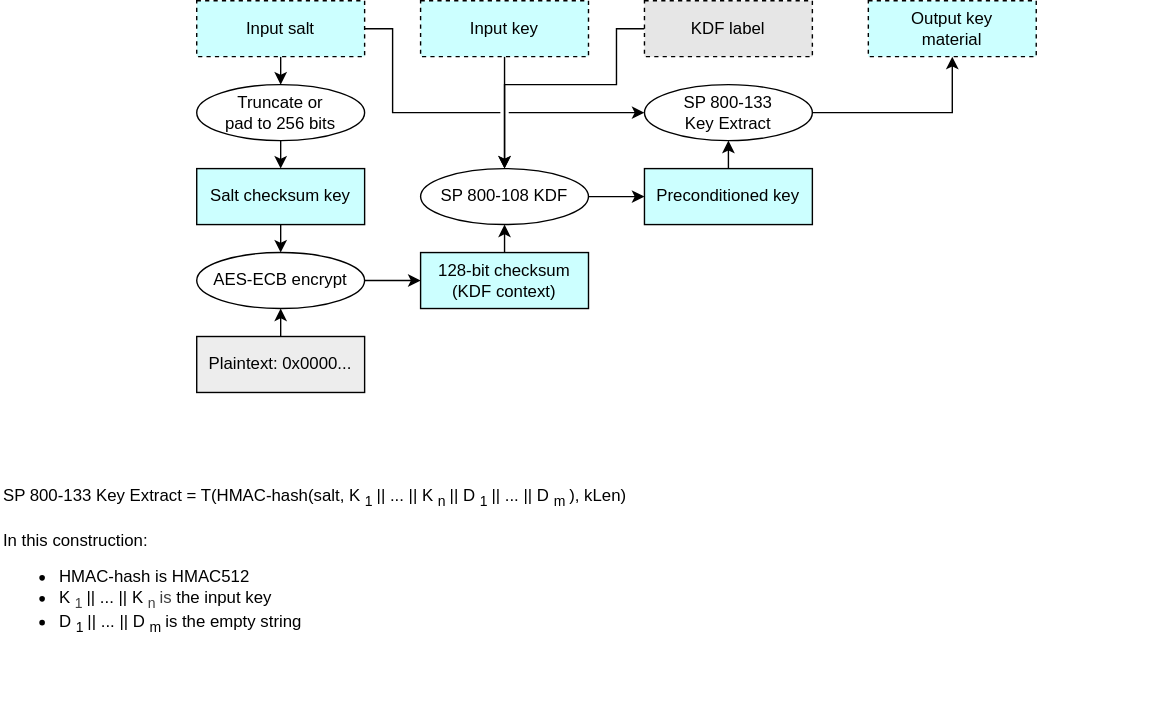
Earlier version of the draw.io export doc/ocp_lock/diagrams/preconditioned_key_extract.drawio.svg (chipsalliance/Caliptra). Source tidied: cells renumbered, new cells last; positions are measured from the earlier drawing's top-left corner, leaving out a move shared by most shapes.
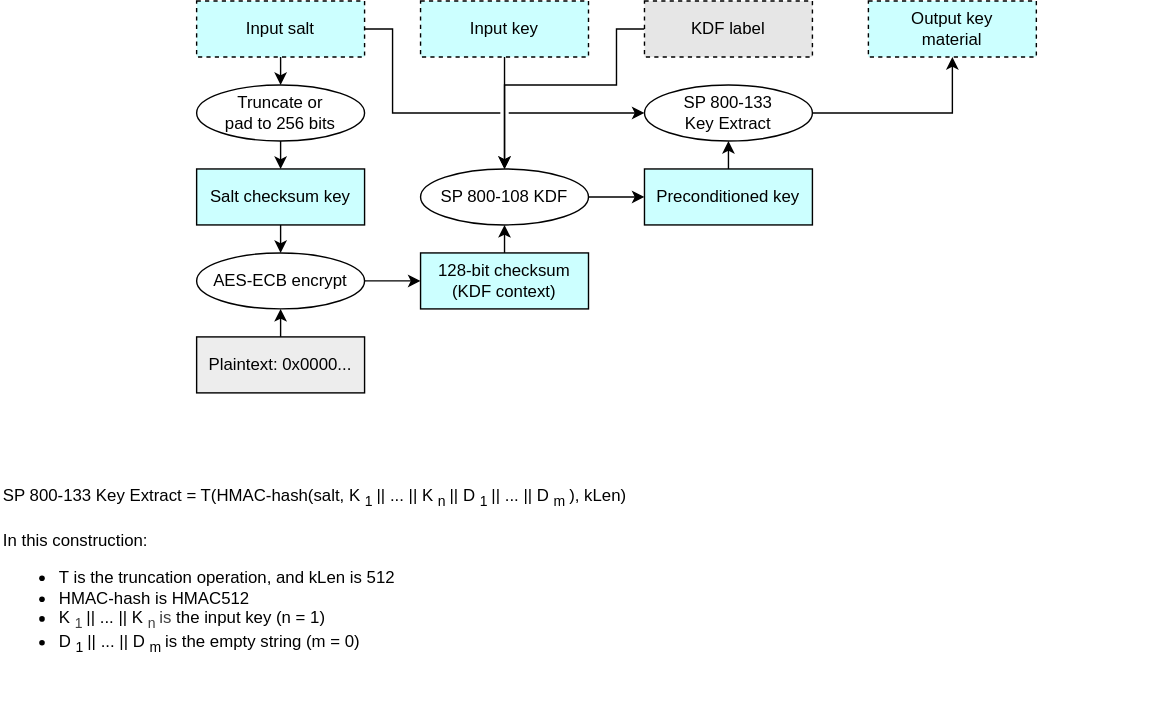
The same diagram one commit later.

What changed in the source:
```diff
@@ -85,7 +85,7 @@
         </Array>
       </mxGeometry>
     </mxCell>
-    <mxCell id="26" value="SP 800-133 Key Extract = T(HMAC-hash(salt, K&lt;sub style=&quot;&quot;&gt;1&lt;/sub&gt; || ... || K&lt;sub style=&quot;&quot;&gt;n&lt;/sub&gt; || D&lt;sub style=&quot;&quot;&gt;1&lt;/sub&gt; || ... || D&lt;sub style=&quot;&quot;&gt;m&lt;/sub&gt;), kLen)&lt;div&gt;&lt;font color=&quot;#000000&quot;&gt;&lt;br&gt;&lt;/font&gt;&lt;div&gt;&lt;div&gt;In this construction:&lt;/div&gt;&lt;div&gt;&lt;ul&gt;&lt;li&gt;HMAC-hash is HMAC512&lt;/li&gt;&lt;li&gt;&lt;span style=&quot;background-color: transparent;&quot;&gt;&lt;span style=&quot;color: rgb(0, 0, 0);&quot;&gt;K&lt;/span&gt;&lt;sub style=&quot;color: rgb(63, 63, 63);&quot;&gt;1&lt;/sub&gt;&lt;span style=&quot;color: rgb(0, 0, 0);&quot;&gt;&amp;nbsp;|| ... || K&lt;/span&gt;&lt;sub style=&quot;color: rgb(63, 63, 63);&quot;&gt;n&lt;/sub&gt;&lt;span style=&quot;color: rgb(63, 63, 63);&quot;&gt;&amp;nbsp;is&lt;/span&gt;&amp;nbsp;the input key&lt;/span&gt;&lt;/li&gt;&lt;li&gt;&lt;span style=&quot;color: rgb(0, 0, 0);&quot;&gt;D&lt;/span&gt;&lt;sub&gt;1&lt;/sub&gt;&lt;span style=&quot;color: rgb(0, 0, 0);&quot;&gt;&amp;nbsp;|| ... || D&lt;/span&gt;&lt;sub&gt;m&lt;/sub&gt;&amp;nbsp;is the empty string&lt;/li&gt;&lt;/ul&gt;&lt;/div&gt;&lt;/div&gt;&lt;/div&gt;" style="text;strokeColor=none;align=left;fillColor=none;html=1;verticalAlign=top;whiteSpace=wrap;rounded=0;fontSize=12;" parent="1" vertex="1">
+    <mxCell id="26" value="SP 800-133 Key Extract = T(HMAC-hash(salt, K&lt;sub style=&quot;&quot;&gt;1&lt;/sub&gt; || ... || K&lt;sub style=&quot;&quot;&gt;n&lt;/sub&gt; || D&lt;sub style=&quot;&quot;&gt;1&lt;/sub&gt; || ... || D&lt;sub style=&quot;&quot;&gt;m&lt;/sub&gt;), kLen)&lt;div&gt;&lt;font color=&quot;#000000&quot;&gt;&lt;br&gt;&lt;/font&gt;&lt;div&gt;&lt;div&gt;In this construction:&lt;/div&gt;&lt;div&gt;&lt;ul&gt;&lt;li&gt;T is the truncation operation, and kLen is 512&lt;/li&gt;&lt;li&gt;HMAC-hash is HMAC512&lt;/li&gt;&lt;li&gt;&lt;span style=&quot;background-color: transparent;&quot;&gt;&lt;span style=&quot;color: rgb(0, 0, 0);&quot;&gt;K&lt;/span&gt;&lt;sub style=&quot;color: rgb(63, 63, 63);&quot;&gt;1&lt;/sub&gt;&lt;span style=&quot;color: rgb(0, 0, 0);&quot;&gt;&amp;nbsp;|| ... || K&lt;/span&gt;&lt;sub style=&quot;color: rgb(63, 63, 63);&quot;&gt;n&lt;/sub&gt;&lt;span style=&quot;color: rgb(63, 63, 63);&quot;&gt;&amp;nbsp;is&lt;/span&gt;&amp;nbsp;the input key (n = 1)&lt;/span&gt;&lt;/li&gt;&lt;li&gt;&lt;span style=&quot;color: rgb(0, 0, 0);&quot;&gt;D&lt;/span&gt;&lt;sub&gt;1&lt;/sub&gt;&lt;span style=&quot;color: rgb(0, 0, 0);&quot;&gt;&amp;nbsp;|| ... || D&lt;/span&gt;&lt;sub&gt;m&lt;/sub&gt;&amp;nbsp;is the empty string (m = 0)&lt;/li&gt;&lt;/ul&gt;&lt;/div&gt;&lt;/div&gt;&lt;/div&gt;" style="text;strokeColor=none;align=left;fillColor=none;html=1;verticalAlign=top;whiteSpace=wrap;rounded=0;fontSize=12;" parent="1" vertex="1">
       <mxGeometry y="340" width="580" height="160" as="geometry" />
     </mxCell>
     <mxCell id="27" value="&lt;div&gt;&lt;font color=&quot;#000000&quot;&gt;Output key&lt;/font&gt;&lt;/div&gt;&lt;div&gt;&lt;font color=&quot;#000000&quot;&gt;material&lt;/font&gt;&lt;/div&gt;" style="rounded=0;whiteSpace=wrap;html=1;align=center;verticalAlign=middle;shadow=0;glass=0;spacingLeft=0;spacingBottom=0;spacingTop=0;fillColor=#CCFFFF;dashed=1;" parent="1" vertex="1">
```
